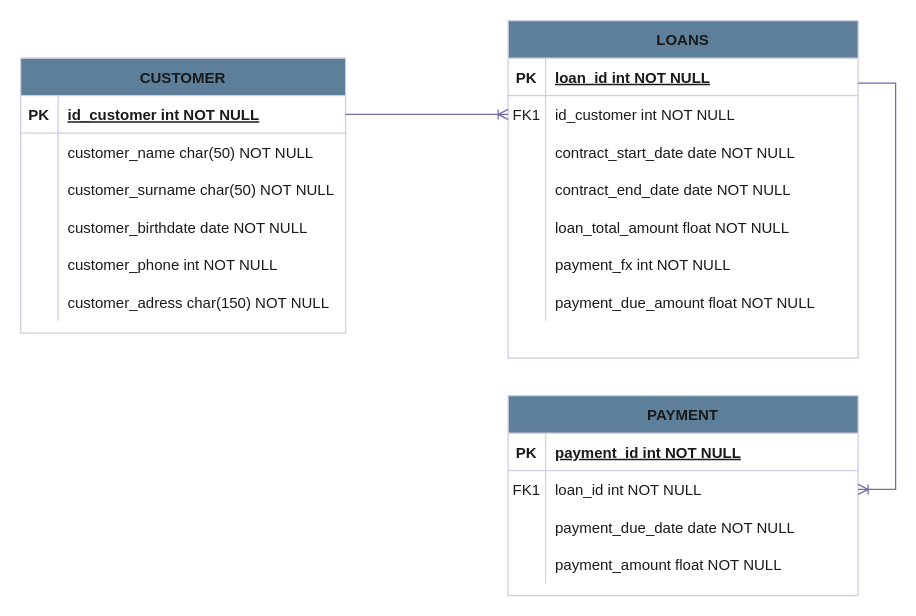
Earlier version of the draw.io diagram Untitled Diagram.drawio (aleestrada/Aprendo). Source tidied: cells renumbered, new cells numbered last; positions are measured from the earlier drawing's top-left corner, leaving out a move shared by most shapes. Both pictures are drawn from the tidied source at 125%, with x=0, y=0 at pixel (20, -205).
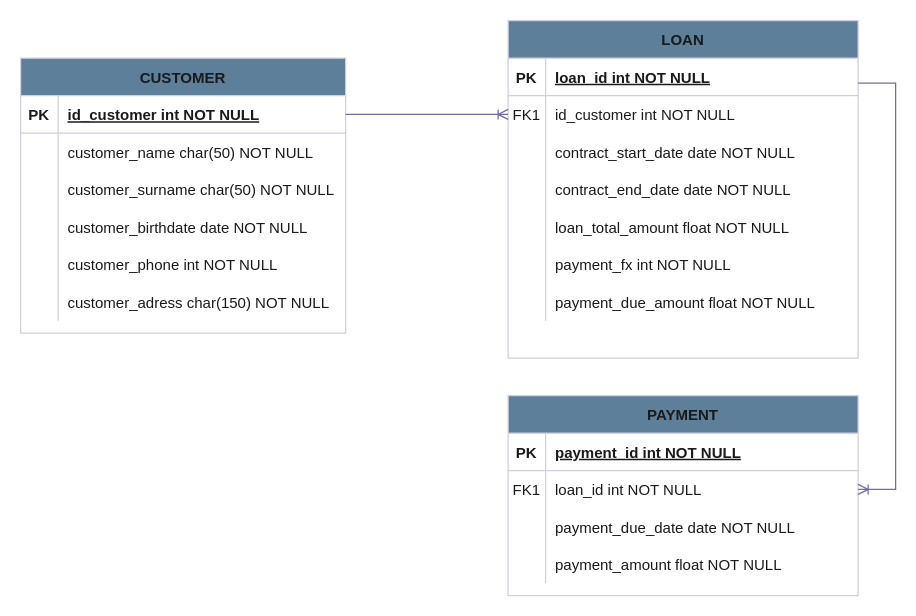
The same diagram, later.

What changed in the source:
```diff
@@
-    <mxCell id="2" value="LOANS" style="shape=table;startSize=30;childLayout=tableLayout;rowLines=0;fontStyle=1;align=center;labelBackgroundColor=none;fillColor=#5D7F99;strokeColor=#D0CEE2;fontColor=#1A1A1A;" parent="1" vertex="1">
+    <mxCell id="2" value="LOAN" style="shape=table;startSize=30;childLayout=tableLayout;rowLines=0;fontStyle=1;align=center;labelBackgroundColor=none;fillColor=#5D7F99;strokeColor=#D0CEE2;fontColor=#1A1A1A;" parent="1" vertex="1">
       <mxGeometry x="390" y="180" width="280" height="270" as="geometry" />
     </mxCell>
```
